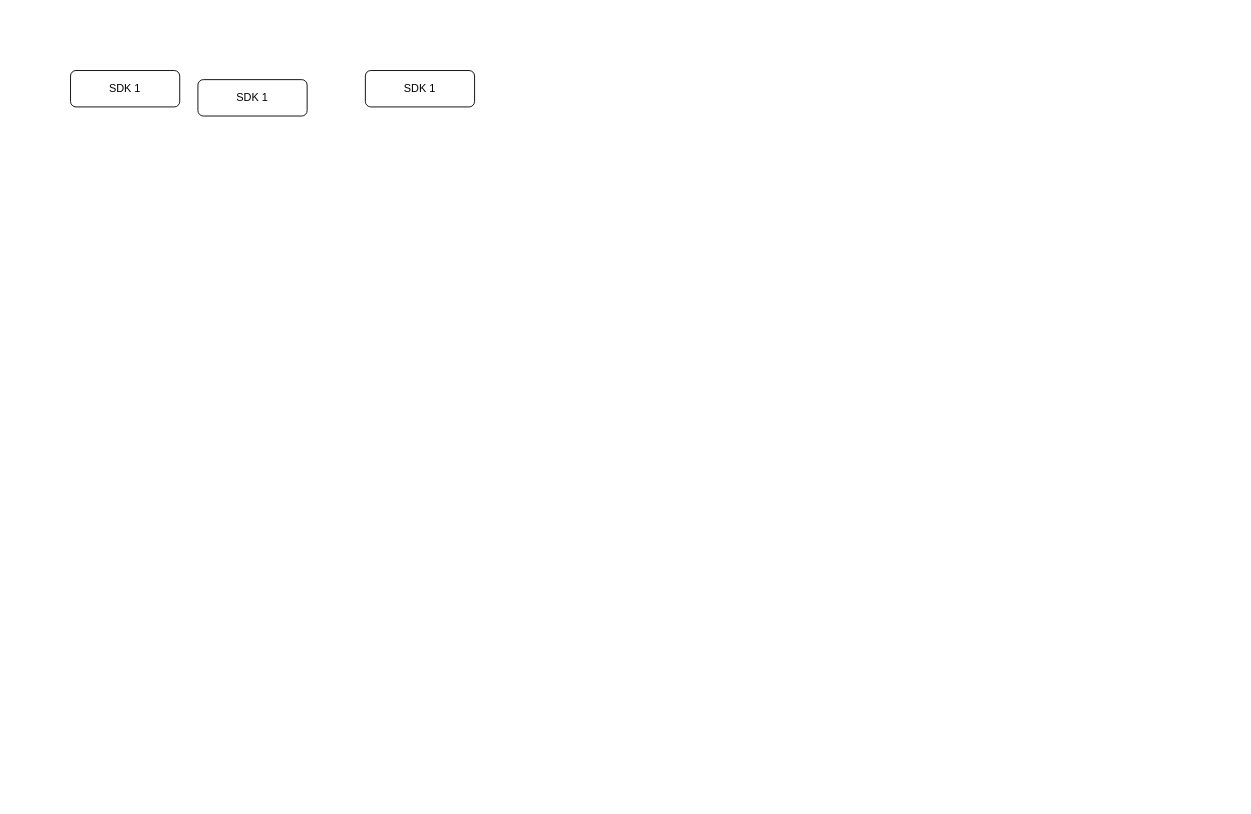
2021yeziyang/vue-admin keeps this draw.io diagram as Untitled Diagram.drawio. Above is the earlier version. Source tidied: cells renumbered, new cells numbered last; positions are measured from the earlier drawing's top-left corner, leaving out a move shared by most shapes. Both pictures are drawn from the tidied source at 91%, with x=0, y=0 at pixel (70, 70).
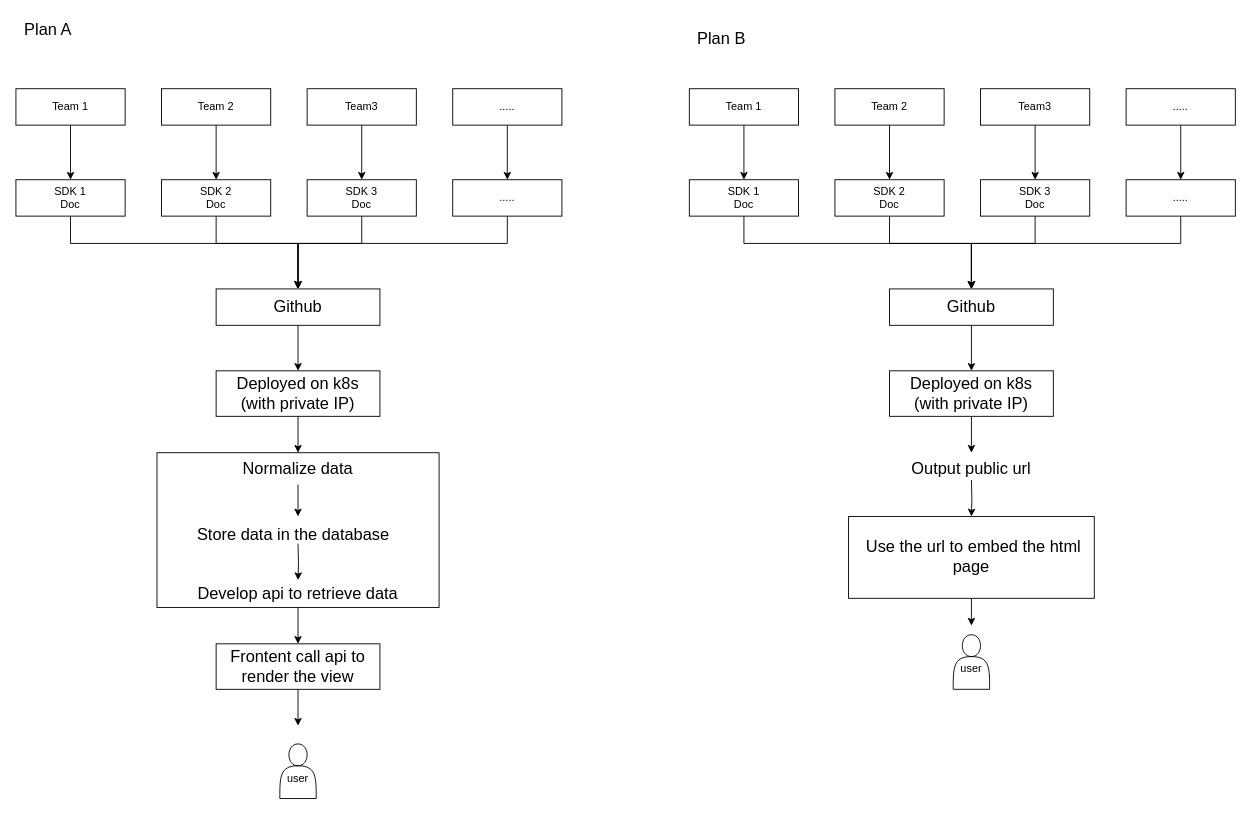
The same diagram, later.

The edit, as a diff of the source:
```diff
@@
+    <mxCell id="5" style="edgeStyle=orthogonalEdgeStyle;rounded=0;jettySize=auto;html=1;fontSize=18;" parent="1" edge="1" source="2" target="21">
+      <mxGeometry relative="1" as="geometry">
+        <Array as="points">
+          <mxPoint y="190" />
+          <mxPoint x="250" y="190" />
+        </Array>
+      </mxGeometry>
+    </mxCell>
-    <mxCell id="2" value="SDK 1" style="rounded=1;whiteSpace=wrap;html=1;fontSize=12;glass=0;strokeWidth=1;shadow=0;" parent="1" vertex="1">
-      <mxGeometry width="120" height="40" as="geometry" />
+    <mxCell id="2" value="SDK 1&lt;br&gt;Doc" style="whiteSpace=wrap;html=1;fontSize=12;glass=0;strokeWidth=1;shadow=0;" parent="1" vertex="1">
+      <mxGeometry x="-60" y="120" width="120" height="40" as="geometry" />
     </mxCell>
+    <mxCell id="6" style="edgeStyle=orthogonalEdgeStyle;rounded=0;jettySize=auto;html=1;entryX=0.5;entryY=0;entryDx=0;entryDy=0;fontSize=18;" parent="1" edge="1" source="3" target="21">
+      <mxGeometry relative="1" as="geometry">
+        <Array as="points">
+          <mxPoint x="160" y="190" />
+          <mxPoint x="250" y="190" />
+        </Array>
+      </mxGeometry>
+    </mxCell>
-    <mxCell id="3" value="SDK 1" style="rounded=1;whiteSpace=wrap;html=1;fontSize=12;glass=0;strokeWidth=1;shadow=0;" parent="1" vertex="1">
-      <mxGeometry x="140" y="10" width="120" height="40" as="geometry" />
+    <mxCell id="3" value="SDK 2&lt;br&gt;Doc" style="whiteSpace=wrap;html=1;fontSize=12;glass=0;strokeWidth=1;shadow=0;" parent="1" vertex="1">
+      <mxGeometry x="100" y="120" width="120" height="40" as="geometry" />
     </mxCell>
+    <mxCell id="7" style="edgeStyle=orthogonalEdgeStyle;rounded=0;jettySize=auto;html=1;entryX=0.5;entryY=0;entryDx=0;entryDy=0;fontSize=18;" parent="1" edge="1" source="4" target="21">
+      <mxGeometry relative="1" as="geometry">
+        <Array as="points">
+          <mxPoint x="320" y="190" />
+          <mxPoint x="250" y="190" />
+        </Array>
+      </mxGeometry>
+    </mxCell>
-    <mxCell id="4" value="SDK 1" style="rounded=1;whiteSpace=wrap;html=1;fontSize=12;glass=0;strokeWidth=1;shadow=0;" parent="1" vertex="1">
-      <mxGeometry x="324" width="120" height="40" as="geometry" />
+    <mxCell id="4" value="SDK 3&lt;br&gt;Doc" style="whiteSpace=wrap;html=1;fontSize=12;glass=0;strokeWidth=1;shadow=0;" parent="1" vertex="1">
+      <mxGeometry x="260" y="120" width="120" height="40" as="geometry" />
     </mxCell>
+    <mxCell id="8" style="edgeStyle=orthogonalEdgeStyle;rounded=0;jettySize=auto;html=1;entryX=0.5;entryY=0;entryDx=0;entryDy=0;fontSize=18;" parent="1" edge="1" source="9" target="21">
+      <mxGeometry relative="1" as="geometry">
+        <Array as="points">
+          <mxPoint x="480" y="190" />
+          <mxPoint x="250" y="190" />
+        </Array>
+      </mxGeometry>
+    </mxCell>
+    <mxCell id="9" value="....." style="whiteSpace=wrap;html=1;fontSize=12;glass=0;strokeWidth=1;shadow=0;" parent="1" vertex="1">
+      <mxGeometry x="420" y="120" width="120" height="40" as="geometry" />
+    </mxCell>
+    <mxCell id="10" value="&lt;br&gt;user" style="shape=actor;whiteSpace=wrap;html=1;" parent="1" vertex="1">
+      <mxGeometry x="230" y="740" width="40" height="60" as="geometry" />
+    </mxCell>
+    <mxCell id="11" value="Plan A" style="text;html=1;align=center;verticalAlign=middle;fillColor=none;strokeColor=none;rounded=0;fontSize=18;" parent="1" vertex="1">
+      <mxGeometry x="-60" y="-60" width="70" height="30" as="geometry" />
+    </mxCell>
+    <mxCell id="12" style="edgeStyle=orthogonalEdgeStyle;rounded=0;jettySize=auto;html=1;entryX=0.5;entryY=0;entryDx=0;entryDy=0;fontSize=18;" parent="1" edge="1" source="13" target="3">
+      <mxGeometry relative="1" as="geometry" />
+    </mxCell>
+    <mxCell id="13" value="Team 2" style="whiteSpace=wrap;html=1;fontSize=12;glass=0;strokeWidth=1;shadow=0;" parent="1" vertex="1">
+      <mxGeometry x="100" y="20" width="120" height="40" as="geometry" />
+    </mxCell>
+    <mxCell id="14" style="edgeStyle=orthogonalEdgeStyle;rounded=0;jettySize=auto;html=1;entryX=0.5;entryY=0;entryDx=0;entryDy=0;fontSize=18;" parent="1" edge="1" source="15" target="2">
+      <mxGeometry relative="1" as="geometry" />
+    </mxCell>
+    <mxCell id="15" value="Team 1" style="whiteSpace=wrap;html=1;fontSize=12;glass=0;strokeWidth=1;shadow=0;" parent="1" vertex="1">
+      <mxGeometry x="-60" y="20" width="120" height="40" as="geometry" />
+    </mxCell>
+    <mxCell id="16" style="edgeStyle=orthogonalEdgeStyle;rounded=0;jettySize=auto;html=1;entryX=0.5;entryY=0;entryDx=0;entryDy=0;fontSize=18;" parent="1" edge="1" source="17" target="4">
+      <mxGeometry relative="1" as="geometry" />
+    </mxCell>
+    <mxCell id="17" value="Team3" style="whiteSpace=wrap;html=1;fontSize=12;glass=0;strokeWidth=1;shadow=0;" parent="1" vertex="1">
+      <mxGeometry x="260" y="20" width="120" height="40" as="geometry" />
+    </mxCell>
+    <mxCell id="18" style="edgeStyle=orthogonalEdgeStyle;rounded=0;jettySize=auto;html=1;entryX=0.5;entryY=0;entryDx=0;entryDy=0;fontSize=18;" parent="1" edge="1" source="19" target="9">
+      <mxGeometry relative="1" as="geometry" />
+    </mxCell>
+    <mxCell id="19" value="....." style="whiteSpace=wrap;html=1;fontSize=12;glass=0;strokeWidth=1;shadow=0;" parent="1" vertex="1">
+      <mxGeometry x="420" y="20" width="120" height="40" as="geometry" />
+    </mxCell>
+    <mxCell id="20" style="edgeStyle=orthogonalEdgeStyle;rounded=0;jettySize=auto;html=1;entryX=0.5;entryY=0;entryDx=0;entryDy=0;fontSize=18;" parent="1" edge="1" source="21" target="23">
+      <mxGeometry relative="1" as="geometry" />
+    </mxCell>
+    <mxCell id="21" value="Github" style="rounded=0;whiteSpace=wrap;html=1;fontSize=18;" parent="1" vertex="1">
+      <mxGeometry x="160" y="240" width="180" height="40" as="geometry" />
+    </mxCell>
+    <mxCell id="22" style="edgeStyle=orthogonalEdgeStyle;rounded=0;jettySize=auto;html=1;entryX=0.5;entryY=0;entryDx=0;entryDy=0;fontSize=18;" parent="1" edge="1" source="23" target="27">
+      <mxGeometry relative="1" as="geometry" />
+    </mxCell>
+    <mxCell id="23" value="Deployed on k8s &lt;br&gt;(with private IP)" style="rounded=0;whiteSpace=wrap;html=1;fontSize=18;" parent="1" vertex="1">
+      <mxGeometry x="160" y="330" width="180" height="50" as="geometry" />
+    </mxCell>
+    <mxCell id="24" style="edgeStyle=orthogonalEdgeStyle;rounded=0;jettySize=auto;html=1;fontSize=18;" parent="1" edge="1" source="25">
+      <mxGeometry relative="1" as="geometry">
+        <mxPoint x="250" y="720" as="targetPoint" />
+      </mxGeometry>
+    </mxCell>
+    <mxCell id="25" value="Frontent call api to&lt;br&gt;render the view" style="rounded=0;whiteSpace=wrap;html=1;fontSize=18;" parent="1" vertex="1">
+      <mxGeometry x="160" y="630" width="180" height="50" as="geometry" />
+    </mxCell>
+    <mxCell id="26" style="edgeStyle=orthogonalEdgeStyle;rounded=0;jettySize=auto;html=1;fontSize=18;" parent="1" edge="1" source="27">
+      <mxGeometry relative="1" as="geometry">
+        <mxPoint x="250" y="490" as="targetPoint" />
+      </mxGeometry>
+    </mxCell>
+    <mxCell id="27" value="Normalize data" style="text;html=1;strokeColor=none;fillColor=none;align=center;verticalAlign=middle;whiteSpace=wrap;rounded=0;fontSize=18;" parent="1" vertex="1">
+      <mxGeometry x="160" y="420" width="180" height="35" as="geometry" />
+    </mxCell>
+    <mxCell id="28" style="edgeStyle=orthogonalEdgeStyle;rounded=0;jettySize=auto;html=1;fontSize=18;" parent="1" edge="1" target="31">
+      <mxGeometry relative="1" as="geometry">
+        <mxPoint x="250" y="520" as="sourcePoint" />
+      </mxGeometry>
+    </mxCell>
+    <mxCell id="29" value="Store data in the database" style="text;html=1;strokeColor=none;fillColor=none;align=center;verticalAlign=middle;whiteSpace=wrap;rounded=0;fontSize=18;" parent="1" vertex="1">
+      <mxGeometry x="110" y="500" width="270" height="20" as="geometry" />
+    </mxCell>
+    <mxCell id="30" style="edgeStyle=orthogonalEdgeStyle;rounded=0;jettySize=auto;html=1;entryX=0.5;entryY=0;entryDx=0;entryDy=0;fontSize=18;" parent="1" edge="1" source="31" target="25">
+      <mxGeometry relative="1" as="geometry" />
+    </mxCell>
+    <mxCell id="31" value="Develop api to&amp;nbsp;retrieve data" style="text;html=1;strokeColor=none;fillColor=none;align=center;verticalAlign=middle;whiteSpace=wrap;rounded=0;fontSize=18;" parent="1" vertex="1">
+      <mxGeometry x="120" y="560" width="260" height="30" as="geometry" />
+    </mxCell>
+    <mxCell id="32" style="edgeStyle=orthogonalEdgeStyle;rounded=0;jettySize=auto;html=1;fontSize=18;" parent="1" edge="1" source="33" target="50">
+      <mxGeometry relative="1" as="geometry">
+        <Array as="points">
+          <mxPoint x="740" y="190" />
+          <mxPoint x="990" y="190" />
+        </Array>
+      </mxGeometry>
+    </mxCell>
+    <mxCell id="33" value="SDK 1&lt;br&gt;Doc" style="whiteSpace=wrap;html=1;fontSize=12;glass=0;strokeWidth=1;shadow=0;" parent="1" vertex="1">
+      <mxGeometry x="680" y="120" width="120" height="40" as="geometry" />
+    </mxCell>
+    <mxCell id="34" style="edgeStyle=orthogonalEdgeStyle;rounded=0;jettySize=auto;html=1;entryX=0.5;entryY=0;entryDx=0;entryDy=0;fontSize=18;" parent="1" edge="1" source="35" target="50">
+      <mxGeometry relative="1" as="geometry">
+        <Array as="points">
+          <mxPoint x="900" y="190" />
+          <mxPoint x="990" y="190" />
+        </Array>
+      </mxGeometry>
+    </mxCell>
+    <mxCell id="35" value="SDK 2&lt;br&gt;Doc" style="whiteSpace=wrap;html=1;fontSize=12;glass=0;strokeWidth=1;shadow=0;" parent="1" vertex="1">
+      <mxGeometry x="840" y="120" width="120" height="40" as="geometry" />
+    </mxCell>
+    <mxCell id="36" style="edgeStyle=orthogonalEdgeStyle;rounded=0;jettySize=auto;html=1;entryX=0.5;entryY=0;entryDx=0;entryDy=0;fontSize=18;" parent="1" edge="1" source="37" target="50">
+      <mxGeometry relative="1" as="geometry">
+        <Array as="points">
+          <mxPoint x="1060" y="190" />
+          <mxPoint x="990" y="190" />
+        </Array>
+      </mxGeometry>
+    </mxCell>
+    <mxCell id="37" value="SDK 3&lt;br&gt;Doc" style="whiteSpace=wrap;html=1;fontSize=12;glass=0;strokeWidth=1;shadow=0;" parent="1" vertex="1">
+      <mxGeometry x="1000" y="120" width="120" height="40" as="geometry" />
+    </mxCell>
+    <mxCell id="38" style="edgeStyle=orthogonalEdgeStyle;rounded=0;jettySize=auto;html=1;entryX=0.5;entryY=0;entryDx=0;entryDy=0;fontSize=18;" parent="1" edge="1" source="39" target="50">
+      <mxGeometry relative="1" as="geometry">
+        <Array as="points">
+          <mxPoint x="1220" y="190" />
+          <mxPoint x="990" y="190" />
+        </Array>
+      </mxGeometry>
+    </mxCell>
+    <mxCell id="39" value="....." style="whiteSpace=wrap;html=1;fontSize=12;glass=0;strokeWidth=1;shadow=0;" parent="1" vertex="1">
+      <mxGeometry x="1160" y="120" width="120" height="40" as="geometry" />
+    </mxCell>
+    <mxCell id="40" value="&lt;br&gt;user" style="shape=actor;whiteSpace=wrap;html=1;" parent="1" vertex="1">
+      <mxGeometry x="970" y="620" width="40" height="60" as="geometry" />
+    </mxCell>
+    <mxCell id="41" style="edgeStyle=orthogonalEdgeStyle;rounded=0;jettySize=auto;html=1;entryX=0.5;entryY=0;entryDx=0;entryDy=0;fontSize=18;" parent="1" edge="1" source="42" target="35">
+      <mxGeometry relative="1" as="geometry" />
+    </mxCell>
+    <mxCell id="42" value="Team 2" style="whiteSpace=wrap;html=1;fontSize=12;glass=0;strokeWidth=1;shadow=0;" parent="1" vertex="1">
+      <mxGeometry x="840" y="20" width="120" height="40" as="geometry" />
+    </mxCell>
+    <mxCell id="43" style="edgeStyle=orthogonalEdgeStyle;rounded=0;jettySize=auto;html=1;entryX=0.5;entryY=0;entryDx=0;entryDy=0;fontSize=18;" parent="1" edge="1" source="44" target="33">
+      <mxGeometry relative="1" as="geometry" />
+    </mxCell>
+    <mxCell id="44" value="Team 1" style="whiteSpace=wrap;html=1;fontSize=12;glass=0;strokeWidth=1;shadow=0;" parent="1" vertex="1">
+      <mxGeometry x="680" y="20" width="120" height="40" as="geometry" />
+    </mxCell>
+    <mxCell id="45" style="edgeStyle=orthogonalEdgeStyle;rounded=0;jettySize=auto;html=1;entryX=0.5;entryY=0;entryDx=0;entryDy=0;fontSize=18;" parent="1" edge="1" source="46" target="37">
+      <mxGeometry relative="1" as="geometry" />
+    </mxCell>
+    <mxCell id="46" value="Team3" style="whiteSpace=wrap;html=1;fontSize=12;glass=0;strokeWidth=1;shadow=0;" parent="1" vertex="1">
+      <mxGeometry x="1000" y="20" width="120" height="40" as="geometry" />
+    </mxCell>
+    <mxCell id="47" style="edgeStyle=orthogonalEdgeStyle;rounded=0;jettySize=auto;html=1;entryX=0.5;entryY=0;entryDx=0;entryDy=0;fontSize=18;" parent="1" edge="1" source="48" target="39">
+      <mxGeometry relative="1" as="geometry" />
+    </mxCell>
+    <mxCell id="48" value="....." style="whiteSpace=wrap;html=1;fontSize=12;glass=0;strokeWidth=1;shadow=0;" parent="1" vertex="1">
+      <mxGeometry x="1160" y="20" width="120" height="40" as="geometry" />
+    </mxCell>
+    <mxCell id="49" style="edgeStyle=orthogonalEdgeStyle;rounded=0;jettySize=auto;html=1;entryX=0.5;entryY=0;entryDx=0;entryDy=0;fontSize=18;" parent="1" edge="1" source="50" target="52">
+      <mxGeometry relative="1" as="geometry" />
+    </mxCell>
+    <mxCell id="50" value="Github" style="rounded=0;whiteSpace=wrap;html=1;fontSize=18;" parent="1" vertex="1">
+      <mxGeometry x="900" y="240" width="180" height="40" as="geometry" />
+    </mxCell>
+    <mxCell id="51" style="edgeStyle=orthogonalEdgeStyle;rounded=0;jettySize=auto;html=1;entryX=0.5;entryY=0;entryDx=0;entryDy=0;fontSize=18;" parent="1" edge="1" source="52" target="55">
+      <mxGeometry relative="1" as="geometry" />
+    </mxCell>
+    <mxCell id="52" value="Deployed on k8s &lt;br&gt;(with private IP)" style="rounded=0;whiteSpace=wrap;html=1;fontSize=18;" parent="1" vertex="1">
+      <mxGeometry x="900" y="330" width="180" height="50" as="geometry" />
+    </mxCell>
+    <mxCell id="53" style="edgeStyle=orthogonalEdgeStyle;rounded=0;jettySize=auto;html=1;fontSize=18;" parent="1" edge="1" source="54">
+      <mxGeometry relative="1" as="geometry">
+        <mxPoint x="990" y="610" as="targetPoint" />
+      </mxGeometry>
+    </mxCell>
+    <mxCell id="54" value="&amp;nbsp;Use the url to embed the html page" style="rounded=0;whiteSpace=wrap;html=1;fontSize=18;" parent="1" vertex="1">
+      <mxGeometry x="855" y="490" width="270" height="90" as="geometry" />
+    </mxCell>
+    <mxCell id="55" value="Output public url" style="text;html=1;strokeColor=none;fillColor=none;align=center;verticalAlign=middle;whiteSpace=wrap;rounded=0;fontSize=18;" parent="1" vertex="1">
+      <mxGeometry x="900" y="420" width="180" height="35" as="geometry" />
+    </mxCell>
+    <mxCell id="56" style="edgeStyle=orthogonalEdgeStyle;rounded=0;jettySize=auto;html=1;entryX=0.5;entryY=0;entryDx=0;entryDy=0;fontSize=18;" parent="1" edge="1" target="54">
+      <mxGeometry relative="1" as="geometry">
+        <mxPoint x="990" y="450" as="sourcePoint" />
+      </mxGeometry>
+    </mxCell>
+    <mxCell id="57" value="Plan B" style="text;html=1;align=center;verticalAlign=middle;fillColor=none;strokeColor=none;rounded=0;fontSize=18;" parent="1" vertex="1">
+      <mxGeometry x="680" y="-50" width="70" height="30" as="geometry" />
+    </mxCell>
+    <mxCell id="58" style="rounded=0;whiteSpace=wrap;html=1;fillColor=none;" parent="1" vertex="1">
+      <mxGeometry x="95" y="420" width="310" height="170" as="geometry" />
+    </mxCell>
```
